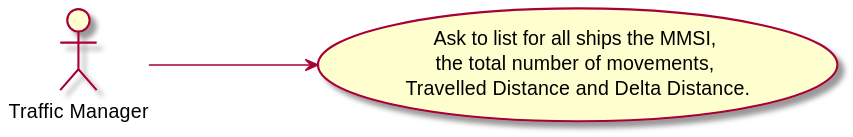
Above: docs/Sprint 3/US/US105/US105_UCD.svg in 1190772/LAB-Project-3 (PlantUML), before the change.
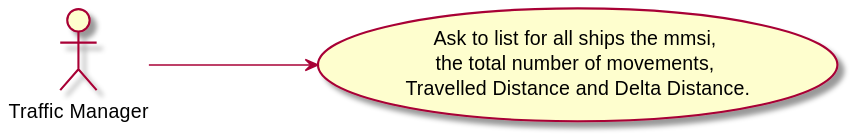
After the commit.

What changed in the source:
```diff
@@ -3,7 +3,7 @@
 left to right direction
 
 :Traffic Manager: as TM
-(Ask to list for all ships the MMSI, \nthe total number of movements, \nTravelled Distance and Delta Distance.) as (Use)
+(Ask to list for all ships the mmsi, \nthe total number of movements, \nTravelled Distance and Delta Distance.) as (Use)
 
 TM ---> (Use)
 
```
